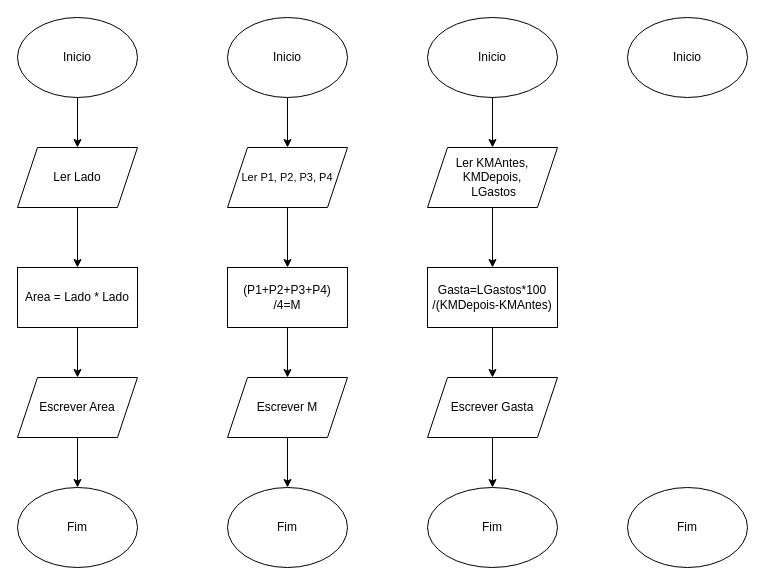
The draw.io diagram fluxogramas.drawio in pedrooomrqs/fluxograms, before the edit. Source tidied: cells renumbered, new cells numbered last; positions are measured from the earlier drawing's top-left corner, leaving out a move shared by most shapes. Both pictures are drawn from the tidied source at 100%, with x=0, y=0 at pixel (17, 17).
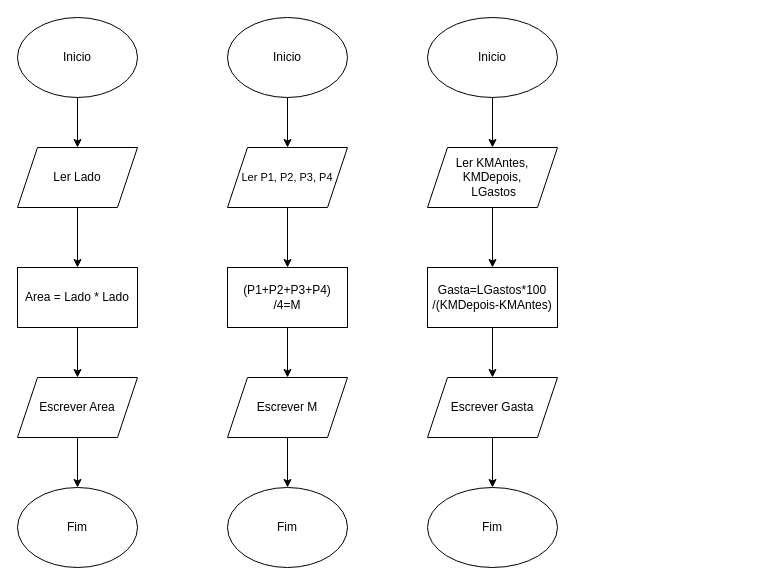
Above is the later version.

Change to the diagram source:
```diff
@@
-    <mxCell id="15" value="Inicio" style="ellipse;whiteSpace=wrap;html=1;" parent="1" vertex="1">
-      <mxGeometry x="610" width="120" height="80" as="geometry" />
-    </mxCell>
@@
-    <mxCell id="24" value="Fim" style="ellipse;whiteSpace=wrap;html=1;" parent="1" vertex="1">
-      <mxGeometry x="610" y="470" width="120" height="80" as="geometry" />
-    </mxCell>
```
